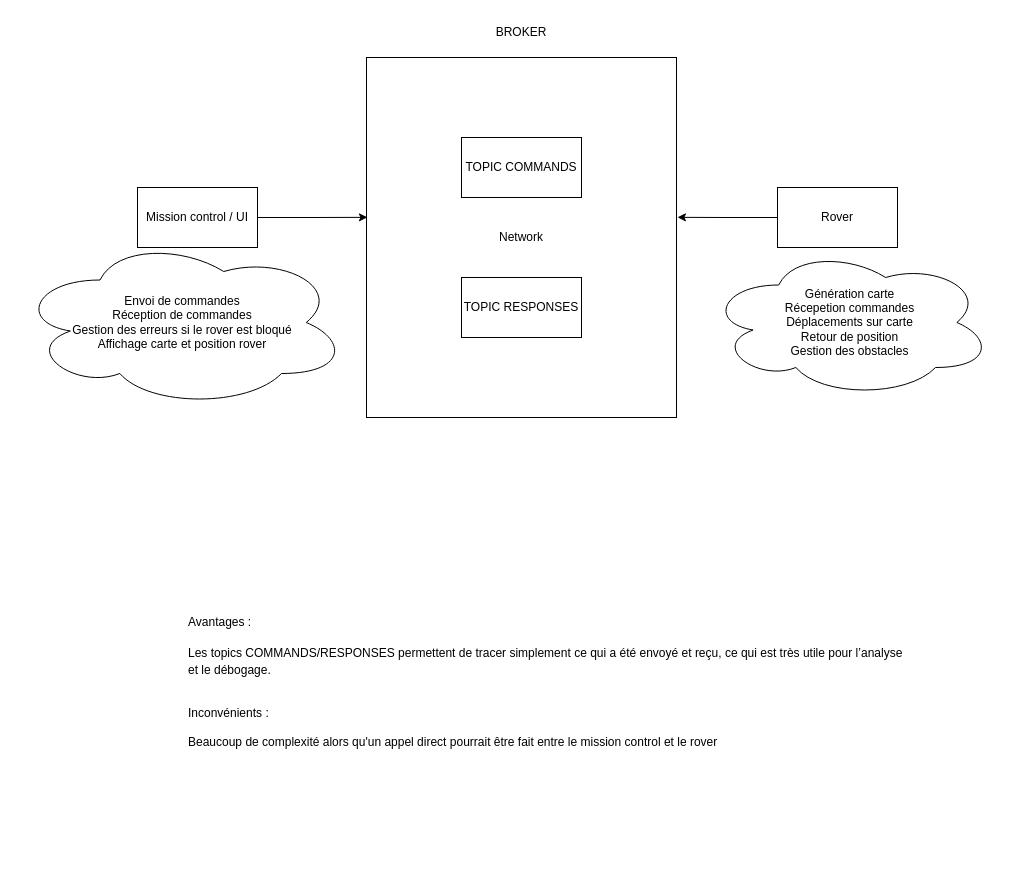
Before: page "Page-3" (3 of 3) of schema.drawio in pvayssier/archi_logiciel, a draw.io diagram. Source tidied: cells renumbered, new cells numbered last; positions are measured from the earlier drawing's top-left corner, leaving out a move shared by most shapes. Both pictures are drawn from the tidied source at 100%, with x=0, y=0 at pixel (17, 17).
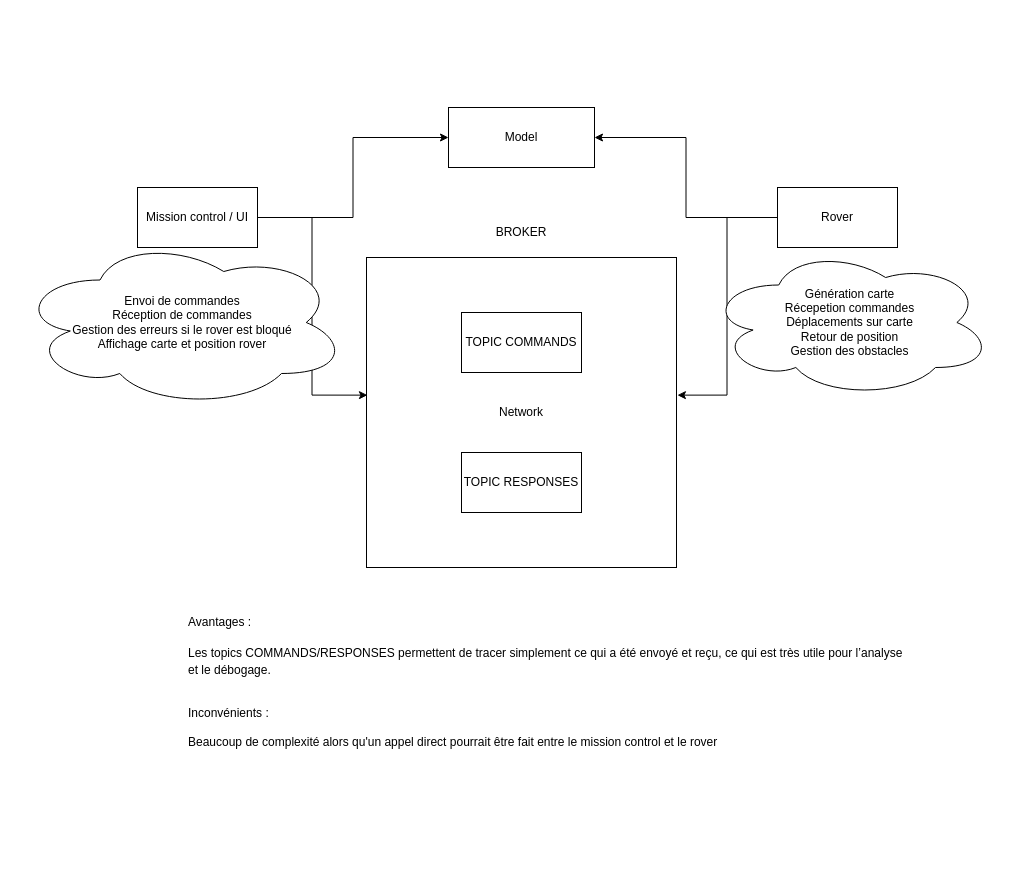
The same page after the edit.

Commit message:
Add Model module in schema

The edit, as a diff of the source:
```diff
@@
 <mxGraphModel>
   <root>
     <mxCell id="0" />
     <mxCell id="1" parent="0" />
     <mxCell id="2" value="Network" style="rounded=0;whiteSpace=wrap;html=1;" parent="1" vertex="1">
-      <mxGeometry x="349" y="40" width="310" height="360" as="geometry" />
+      <mxGeometry x="349" y="240" width="310" height="310" as="geometry" />
     </mxCell>
     <mxCell id="3" style="edgeStyle=orthogonalEdgeStyle;rounded=0;jettySize=auto;html=1;exitX=0;exitY=0.5;exitDx=0;exitDy=0;entryX=1.003;entryY=0.444;entryDx=0;entryDy=0;entryPerimeter=0;" parent="1" edge="1" source="4" target="2">
       <mxGeometry relative="1" as="geometry" />
     </mxCell>
+    <mxCell id="13" style="edgeStyle=orthogonalEdgeStyle;rounded=0;jettySize=auto;html=1;exitX=0;exitY=0.5;exitDx=0;exitDy=0;entryX=1;entryY=0.5;entryDx=0;entryDy=0;" parent="1" edge="1" source="4" target="15">
+      <mxGeometry relative="1" as="geometry" />
+    </mxCell>
     <mxCell id="4" value="Rover" style="rounded=0;whiteSpace=wrap;html=1;" parent="1" vertex="1">
       <mxGeometry x="760" y="170" width="120" height="60" as="geometry" />
     </mxCell>
+    <mxCell id="14" style="edgeStyle=orthogonalEdgeStyle;rounded=0;jettySize=auto;html=1;exitX=1;exitY=0.5;exitDx=0;exitDy=0;entryX=0;entryY=0.5;entryDx=0;entryDy=0;" parent="1" edge="1" source="5" target="15">
+      <mxGeometry relative="1" as="geometry" />
+    </mxCell>
     <mxCell id="5" value="Mission control / UI" style="rounded=0;whiteSpace=wrap;html=1;" parent="1" vertex="1">
       <mxGeometry x="120" y="170" width="120" height="60" as="geometry" />
     </mxCell>
     <mxCell id="6" value="TOPIC COMMANDS" style="rounded=0;whiteSpace=wrap;html=1;" parent="1" vertex="1">
-      <mxGeometry x="444" y="120" width="120" height="60" as="geometry" />
+      <mxGeometry x="444" y="295" width="120" height="60" as="geometry" />
     </mxCell>
     <mxCell id="7" value="TOPIC RESPONSES" style="rounded=0;whiteSpace=wrap;html=1;" parent="1" vertex="1">
-      <mxGeometry x="444" y="260" width="120" height="60" as="geometry" />
+      <mxGeometry x="444" y="435" width="120" height="60" as="geometry" />
     </mxCell>
     <mxCell id="8" value="BROKER" style="text;html=1;align=center;verticalAlign=middle;whiteSpace=wrap;rounded=0;" parent="1" vertex="1">
-      <mxGeometry x="474" width="60" height="30" as="geometry" />
+      <mxGeometry x="474" y="200" width="60" height="30" as="geometry" />
     </mxCell>
     <mxCell id="9" value="&lt;h3 style=&quot;text-align: left;&quot;&gt;&lt;span style=&quot;background-color: transparent; color: light-dark(rgb(0, 0, 0), rgb(255, 255, 255)); font-size: 12px; font-weight: normal;&quot;&gt;Avantages :&lt;/span&gt;&lt;/h3&gt;&lt;h3 style=&quot;text-align: left;&quot;&gt;&lt;span style=&quot;background-color: transparent; color: light-dark(rgb(0, 0, 0), rgb(255, 255, 255)); font-size: 12px; font-weight: normal;&quot;&gt;Les topics COMMANDS/RESPONSES permettent de tracer simplement ce qui a été envoyé et reçu, ce qui est très utile pour l’analyse et le débogage.&lt;/span&gt;&lt;/h3&gt;&lt;div style=&quot;text-align: left;&quot;&gt;&lt;span style=&quot;background-color: transparent; color: light-dark(rgb(0, 0, 0), rgb(255, 255, 255)); font-size: 12px; font-weight: normal;&quot;&gt;&lt;br&gt;&lt;/span&gt;&lt;/div&gt;&lt;div style=&quot;text-align: left;&quot;&gt;&lt;span style=&quot;background-color: transparent; color: light-dark(rgb(0, 0, 0), rgb(255, 255, 255)); font-size: 12px; font-weight: normal;&quot;&gt;Inconvénients :&lt;br&gt;&lt;br&gt;Beaucoup de complexité alors qu'un appel direct pourrait être fait entre le mission control et le rover&amp;nbsp;&lt;/span&gt;&lt;/div&gt;&lt;div style=&quot;text-align: left;&quot;&gt;&lt;span style=&quot;background-color: transparent; color: light-dark(rgb(0, 0, 0), rgb(255, 255, 255)); font-size: 12px; font-weight: normal;&quot;&gt;&lt;br&gt;&lt;/span&gt;&lt;/div&gt;&lt;div style=&quot;text-align: left;&quot;&gt;&lt;span style=&quot;background-color: transparent; color: light-dark(rgb(0, 0, 0), rgb(255, 255, 255)); font-size: 12px; font-weight: normal;&quot;&gt;&lt;br&gt;&lt;/span&gt;&lt;/div&gt;&lt;div&gt;&lt;br&gt;&lt;/div&gt;" style="text;strokeColor=none;align=center;fillColor=none;html=1;verticalAlign=middle;whiteSpace=wrap;rounded=0;" parent="1" vertex="1">
       <mxGeometry x="170" y="520" width="720" height="315" as="geometry" />
     </mxCell>
     <mxCell id="10" style="edgeStyle=orthogonalEdgeStyle;rounded=0;jettySize=auto;html=1;entryX=0.003;entryY=0.444;entryDx=0;entryDy=0;entryPerimeter=0;" parent="1" edge="1" source="5" target="2">
       <mxGeometry relative="1" as="geometry" />
     </mxCell>
     <mxCell id="11" value="Envoi de commandes&lt;div&gt;Réception de commandes&lt;/div&gt;&lt;div&gt;Gestion des erreurs si le rover est bloqué&lt;/div&gt;&lt;div&gt;Affichage carte et position rover&lt;/div&gt;" style="ellipse;shape=cloud;whiteSpace=wrap;html=1;" parent="1" vertex="1">
       <mxGeometry y="220" width="330" height="170" as="geometry" />
     </mxCell>
     <mxCell id="12" value="Génération carte&lt;div&gt;Récepetion commandes&lt;/div&gt;&lt;div&gt;Déplacements sur carte&lt;br&gt;Retour de position&lt;/div&gt;&lt;div&gt;Gestion des obstacles&lt;/div&gt;" style="ellipse;shape=cloud;whiteSpace=wrap;html=1;" parent="1" vertex="1">
       <mxGeometry x="690" y="230" width="285" height="150" as="geometry" />
     </mxCell>
+    <mxCell id="15" value="Model" style="rounded=0;whiteSpace=wrap;html=1;" parent="1" vertex="1">
+      <mxGeometry x="431" y="90" width="146" height="60" as="geometry" />
+    </mxCell>
   </root>
 </mxGraphModel>
```
